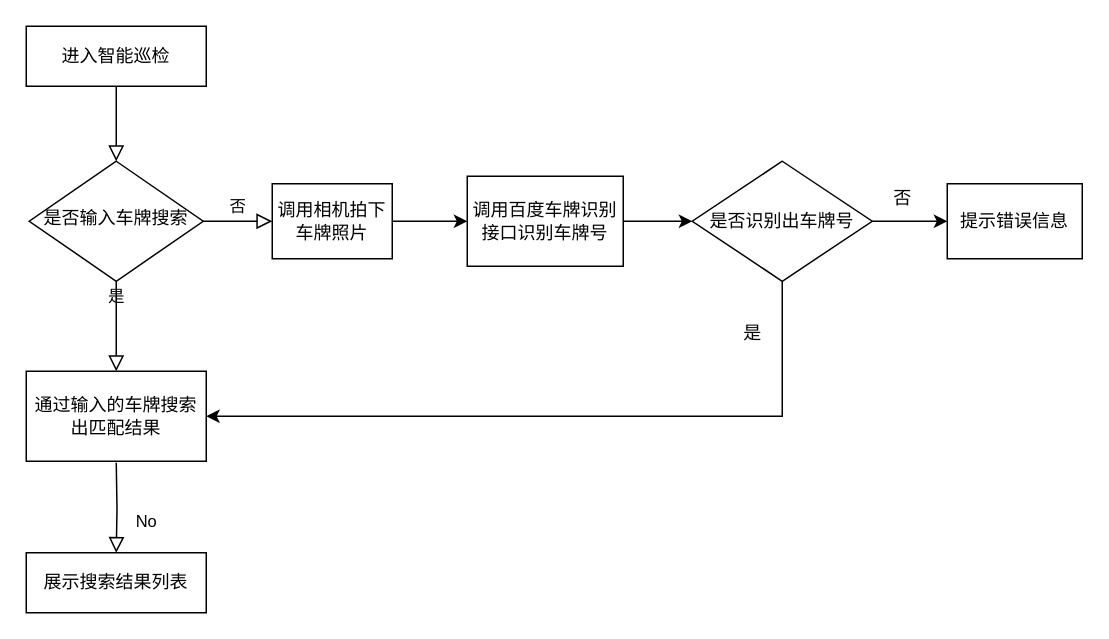
AnsonZnl/draw.io keeps this draw.io diagram as 智能巡查2.drawio. Above is the earlier version. Source tidied: cells renumbered, new cells numbered last; positions are measured from the earlier drawing's top-left corner, leaving out a move shared by most shapes. Both pictures are drawn from the tidied source at 150%, with x=0, y=0 at pixel (26, 26).
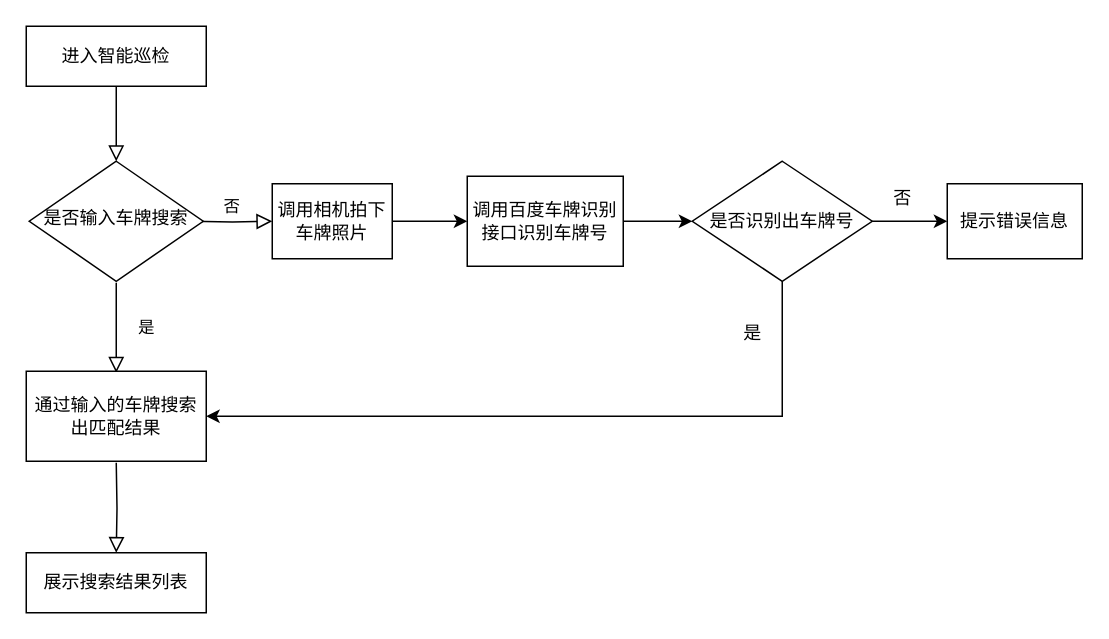
After the change.

The change refers to these unchanged cells:
```xml
<mxCell id="6" value="是否输入车牌搜索" style="rhombus;whiteSpace=wrap;html=1;shadow=0;fontFamily=Helvetica;fontSize=12;align=center;strokeWidth=1;spacing=6;spacingTop=-4;" parent="1" vertex="1">
  <mxGeometry x="2" y="90" width="116" height="80" as="geometry" />
</mxCell>
<mxCell id="8" value="调用相机拍下车牌照片" style="whiteSpace=wrap;html=1;fontSize=12;glass=0;strokeWidth=1;shadow=0;" parent="1" vertex="1">
  <mxGeometry x="164" y="105" width="80" height="50" as="geometry" />
</mxCell>
<mxCell id="10" value="展示搜索结果列表" style="whiteSpace=wrap;html=1;fontSize=12;glass=0;strokeWidth=1;shadow=0;" parent="1" vertex="1">
  <mxGeometry y="351" width="120" height="40" as="geometry" />
</mxCell>
```

Change to the diagram source:
```diff
@@
-    <mxCell id="4" value="是" style="rounded=0;html=1;jettySize=auto;fontSize=11;endArrow=block;endFill=0;endSize=8;strokeWidth=1;shadow=0;labelBackgroundColor=none;edgeStyle=orthogonalEdgeStyle;" parent="1" edge="1" source="6">
+    <mxCell id="4" value="是" style="rounded=0;html=1;jettySize=auto;orthogonalLoop=1;fontSize=11;endArrow=block;endFill=0;endSize=8;strokeWidth=1;shadow=0;labelBackgroundColor=none;edgeStyle=orthogonalEdgeStyle;" parent="1" edge="1">
       <mxGeometry y="20" relative="1" as="geometry">
-        <mxPoint x="60" y="230" as="targetPoint" />
+        <mxPoint x="60" y="171" as="sourcePoint" />
+        <mxPoint x="60" y="231" as="targetPoint" />
       </mxGeometry>
     </mxCell>
-    <mxCell id="5" value="否" style="edgeStyle=orthogonalEdgeStyle;rounded=0;html=1;jettySize=auto;fontSize=11;endArrow=block;endFill=0;endSize=8;strokeWidth=1;shadow=0;labelBackgroundColor=none;" parent="1" edge="1" source="6" target="8">
-      <mxGeometry y="10" relative="1" as="geometry" />
+    <mxCell id="5" value="否" style="edgeStyle=orthogonalEdgeStyle;rounded=0;html=1;jettySize=auto;fontSize=11;endArrow=block;endFill=0;endSize=8;strokeWidth=1;shadow=0;labelBackgroundColor=none;entryX=0;entryY=0.5;entryDx=0;entryDy=0;" parent="1" edge="1" target="8">
+      <mxGeometry y="10" relative="1" as="geometry">
+        <mxPoint x="110" y="130" as="sourcePoint" />
+      </mxGeometry>
     </mxCell>
@@
-    <mxCell id="9" value="No" style="rounded=0;html=1;jettySize=auto;fontSize=11;endArrow=block;endFill=0;endSize=8;strokeWidth=1;shadow=0;labelBackgroundColor=none;edgeStyle=orthogonalEdgeStyle;" parent="1" edge="1" target="10">
+    <mxCell id="9" style="rounded=0;html=1;jettySize=auto;fontSize=11;endArrow=block;endFill=0;endSize=8;strokeWidth=1;shadow=0;labelBackgroundColor=none;edgeStyle=orthogonalEdgeStyle;" parent="1" edge="1" target="10">
       <mxGeometry x="0.33" y="20" relative="1" as="geometry">
         <mxPoint x="60" y="291" as="sourcePoint" />
       </mxGeometry>
     </mxCell>
```
